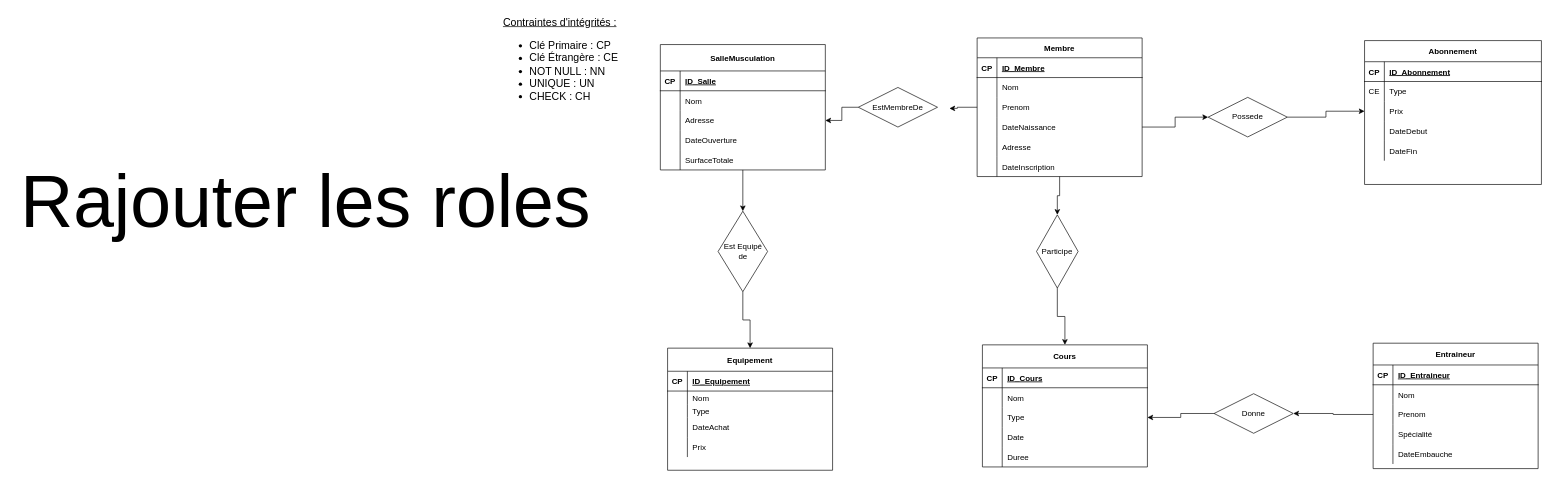
Above: SchémaE/R.drawio in uvsqNathanAmoussou/SalleDeMuscuBDD (draw.io), before the change. Source tidied: cells renumbered, new cells numbered last; positions are measured from the earlier drawing's top-left corner, leaving out a move shared by most shapes. Both pictures are drawn from the tidied source at 66%, with x=0, y=0 at pixel (11, 11).
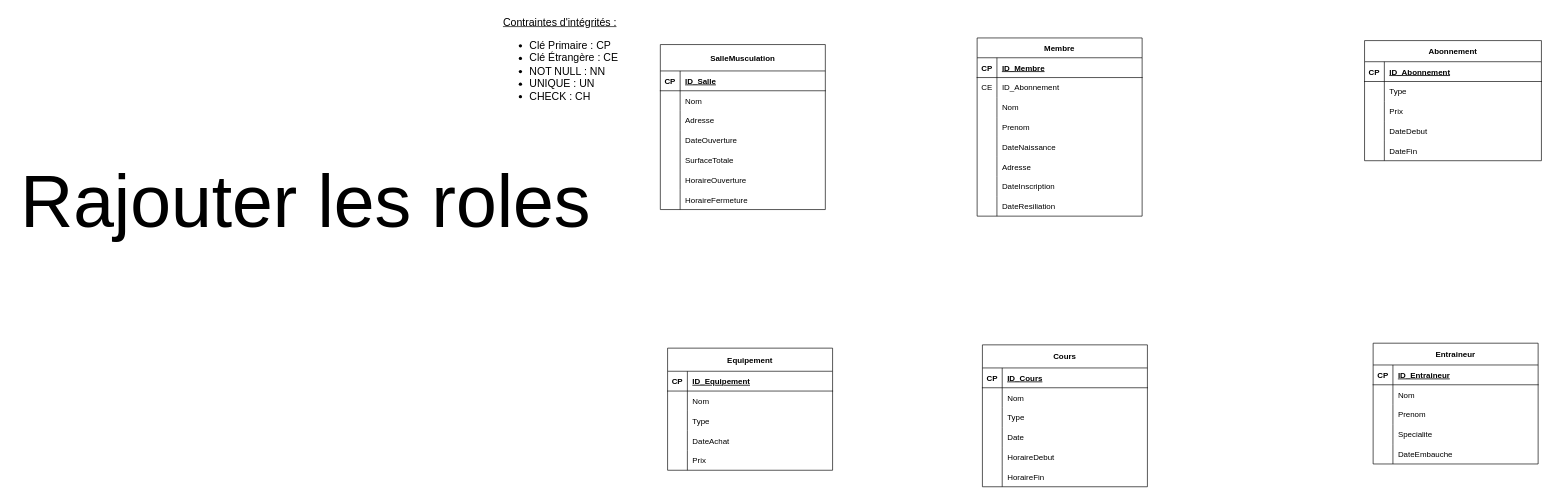
Above is the later version.

Commit message (it also covers changes not shown here):
Mettre à jour R.drawio

The change refers to these unchanged cells:
```xml
<mxCell id="26" style="shape=partialRectangle;fillColor=none;top=0;left=0;right=0;bottom=0;" parent="22" vertex="1">
  <mxGeometry y="62" width="268" height="30" as="geometry" />
</mxCell>
<mxCell id="29" style="shape=partialRectangle;fillColor=none;points=[[0,0.5],[1,0.5]];portConstraint=eastwest;top=0;left=0;right=0;bottom=0;" parent="22" vertex="1">
  <mxGeometry y="92" width="268" height="30" as="geometry" />
</mxCell>
<mxCell id="46" style="shape=partialRectangle;fillColor=none;points=[[0,0.5],[1,0.5]];portConstraint=eastwest;top=0;left=0;right=0;bottom=0;" parent="39" vertex="1">
  <mxGeometry y="100" width="250" height="30" as="geometry" />
</mxCell>
<mxCell id="62" style="shape=partialRectangle;fillColor=none;points=[[0,0.5],[1,0.5]];portConstraint=eastwest;top=0;left=0;right=0;bottom=0;" parent="55" vertex="1">
  <mxGeometry y="95" width="250" height="30" as="geometry" />
</mxCell>
<mxCell id="68" style="shape=partialRectangle;fillColor=none;top=0;left=0;right=0;bottom=0;" parent="55" vertex="1">
  <mxGeometry y="155" width="250" height="30" as="geometry" />
</mxCell>
<mxCell id="71" value="Equipement" style="shape=table;startSize=35;childLayout=tableLayout;rowLines=0;fontStyle=1;align=center;" parent="1" vertex="1">
  <mxGeometry x="994" y="510" width="250" height="185" as="geometry" />
</mxCell>
<mxCell id="94" style="shape=partialRectangle;fillColor=none;points=[[0,0.5],[1,0.5]];portConstraint=eastwest;top=0;left=0;right=0;bottom=0;" parent="87" vertex="1">
  <mxGeometry y="93" width="250" height="30" as="geometry" />
</mxCell>
<mxCell id="97" style="shape=partialRectangle;fillColor=none;top=0;left=0;right=0;bottom=0;" parent="87" vertex="1">
  <mxGeometry y="123" width="250" height="30" as="geometry" />
</mxCell>
```

Diff of the diagram source:
```diff
@@
-    <mxCell id="2" style="edgeStyle=orthogonalEdgeStyle;rounded=0;jettySize=auto;html=1;exitX=0.5;exitY=1;exitDx=0;exitDy=0;entryX=0.5;entryY=0;entryDx=0;entryDy=0;" parent="1" edge="1" source="3" target="114">
-      <mxGeometry relative="1" as="geometry" />
-    </mxCell>
     <mxCell id="3" value="Membre" style="shape=table;startSize=30;childLayout=tableLayout;rowLines=0;fontStyle=1;align=center;" parent="1" vertex="1">
-      <mxGeometry x="1463" y="40" width="250" height="210" as="geometry" />
+      <mxGeometry x="1463" y="40" width="250" height="270" as="geometry" />
     </mxCell>
@@
+    <mxCell id="118" style="shape=partialRectangle;fillColor=none;top=0;left=0;right=0;bottom=0;" parent="3" vertex="1">
+      <mxGeometry y="60" width="250" height="30" as="geometry" />
+    </mxCell>
+    <mxCell id="119" value="CE" style="shape=partialRectangle;overflow=hidden;fillColor=none;top=0;left=0;bottom=0;right=0;" parent="118" vertex="1">
+      <mxGeometry width="30" height="30" as="geometry" />
+    </mxCell>
+    <mxCell id="120" value="ID_Abonnement" style="shape=partialRectangle;overflow=hidden;fillColor=none;top=0;left=0;bottom=0;right=0;align=left;spacingLeft=6;" parent="118" vertex="1">
+      <mxGeometry x="30" width="220" height="30" as="geometry" />
+    </mxCell>
     <mxCell id="7" style="shape=partialRectangle;fillColor=none;top=0;left=0;right=0;bottom=0;" parent="3" vertex="1">
-      <mxGeometry y="60" width="250" height="30" as="geometry" />
+      <mxGeometry y="90" width="250" height="30" as="geometry" />
     </mxCell>
@@
     <mxCell id="10" style="shape=partialRectangle;fillColor=none;points=[[0,0.5],[1,0.5]];portConstraint=eastwest;top=0;left=0;right=0;bottom=0;" parent="3" vertex="1">
-      <mxGeometry y="90" width="250" height="30" as="geometry" />
+      <mxGeometry y="120" width="250" height="30" as="geometry" />
     </mxCell>
@@
     <mxCell id="13" style="shape=partialRectangle;fillColor=none;points=[[0,0.5],[1,0.5]];portConstraint=eastwest;top=0;left=0;right=0;bottom=0;" parent="3" vertex="1">
-      <mxGeometry y="120" width="250" height="30" as="geometry" />
+      <mxGeometry y="150" width="250" height="30" as="geometry" />
     </mxCell>
@@
     <mxCell id="16" style="shape=partialRectangle;fillColor=none;top=0;left=0;right=0;bottom=0;" parent="3" vertex="1">
-      <mxGeometry y="150" width="250" height="30" as="geometry" />
+      <mxGeometry y="180" width="250" height="30" as="geometry" />
     </mxCell>
@@
     <mxCell id="19" style="shape=partialRectangle;fillColor=none;top=0;left=0;right=0;bottom=0;" parent="3" vertex="1">
-      <mxGeometry y="180" width="250" height="30" as="geometry" />
+      <mxGeometry y="210" width="250" height="30" as="geometry" />
     </mxCell>
@@
+    <mxCell id="121" style="shape=partialRectangle;fillColor=none;top=0;left=0;right=0;bottom=0;" parent="3" vertex="1">
+      <mxGeometry y="240" width="250" height="30" as="geometry" />
+    </mxCell>
+    <mxCell id="122" style="shape=partialRectangle;overflow=hidden;fillColor=none;top=0;left=0;bottom=0;right=0;" parent="121" vertex="1">
+      <mxGeometry width="30" height="30" as="geometry" />
+    </mxCell>
+    <mxCell id="123" value="DateResiliation" style="shape=partialRectangle;overflow=hidden;fillColor=none;top=0;left=0;bottom=0;right=0;align=left;spacingLeft=6;" parent="121" vertex="1">
+      <mxGeometry x="30" width="220" height="30" as="geometry" />
+    </mxCell>
     <mxCell id="22" value="Abonnement" style="shape=table;startSize=32;childLayout=tableLayout;rowLines=0;fontStyle=1;align=center;" parent="1" vertex="1">
-      <mxGeometry x="2050" y="44" width="268" height="218" as="geometry" />
+      <mxGeometry x="2050" y="44" width="268" height="182" as="geometry" />
     </mxCell>
@@
-    <mxCell id="27" value="CE" style="shape=partialRectangle;overflow=hidden;fillColor=none;top=0;left=0;bottom=0;right=0;" parent="26" vertex="1">
+    <mxCell id="27" style="shape=partialRectangle;overflow=hidden;fillColor=none;top=0;left=0;bottom=0;right=0;" parent="26" vertex="1">
       <mxGeometry width="30" height="30" as="geometry" />
     </mxCell>
@@
-    <mxCell id="38" style="edgeStyle=orthogonalEdgeStyle;rounded=0;jettySize=auto;html=1;exitX=0.5;exitY=1;exitDx=0;exitDy=0;entryX=0.5;entryY=0;entryDx=0;entryDy=0;" parent="1" edge="1" source="39" target="110">
-      <mxGeometry relative="1" as="geometry" />
-    </mxCell>
     <mxCell id="39" value="SalleMusculation" style="shape=table;startSize=40;childLayout=tableLayout;rowLines=0;fontStyle=1;align=center;" parent="1" vertex="1">
-      <mxGeometry x="983" y="50" width="250" height="190" as="geometry" />
+      <mxGeometry x="983" y="50" width="250" height="250" as="geometry" />
     </mxCell>
@@
+    <mxCell id="124" style="shape=partialRectangle;fillColor=none;top=0;left=0;right=0;bottom=0;" parent="39" vertex="1">
+      <mxGeometry y="190" width="250" height="30" as="geometry" />
+    </mxCell>
+    <mxCell id="125" style="shape=partialRectangle;overflow=hidden;fillColor=none;top=0;left=0;bottom=0;right=0;" parent="124" vertex="1">
+      <mxGeometry width="30" height="30" as="geometry" />
+    </mxCell>
+    <mxCell id="126" value="HoraireOuverture" style="shape=partialRectangle;overflow=hidden;fillColor=none;top=0;left=0;bottom=0;right=0;align=left;spacingLeft=6;" parent="124" vertex="1">
+      <mxGeometry x="30" width="220" height="30" as="geometry" />
+    </mxCell>
+    <mxCell id="127" style="shape=partialRectangle;fillColor=none;top=0;left=0;right=0;bottom=0;" parent="39" vertex="1">
+      <mxGeometry y="220" width="250" height="30" as="geometry" />
+    </mxCell>
+    <mxCell id="128" style="shape=partialRectangle;overflow=hidden;fillColor=none;top=0;left=0;bottom=0;right=0;" parent="127" vertex="1">
+      <mxGeometry width="30" height="30" as="geometry" />
+    </mxCell>
+    <mxCell id="129" value="HoraireFermeture" style="shape=partialRectangle;overflow=hidden;fillColor=none;top=0;left=0;bottom=0;right=0;align=left;spacingLeft=6;" parent="127" vertex="1">
+      <mxGeometry x="30" width="220" height="30" as="geometry" />
+    </mxCell>
     <mxCell id="55" value="Cours" style="shape=table;startSize=35;childLayout=tableLayout;rowLines=0;fontStyle=1;align=center;" parent="1" vertex="1">
-      <mxGeometry x="1471" y="505" width="250" height="185" as="geometry" />
+      <mxGeometry x="1471" y="505" width="250" height="215" as="geometry" />
     </mxCell>
@@
-    <mxCell id="70" value="Duree" style="shape=partialRectangle;overflow=hidden;fillColor=none;top=0;left=0;bottom=0;right=0;align=left;spacingLeft=6;" parent="68" vertex="1">
+    <mxCell id="70" value="HoraireDebut" style="shape=partialRectangle;overflow=hidden;fillColor=none;top=0;left=0;bottom=0;right=0;align=left;spacingLeft=6;" parent="68" vertex="1">
       <mxGeometry x="30" width="220" height="30" as="geometry" />
     </mxCell>
+    <mxCell id="130" style="shape=partialRectangle;fillColor=none;top=0;left=0;right=0;bottom=0;" parent="55" vertex="1">
+      <mxGeometry y="185" width="250" height="30" as="geometry" />
+    </mxCell>
+    <mxCell id="131" style="shape=partialRectangle;overflow=hidden;fillColor=none;top=0;left=0;bottom=0;right=0;" parent="130" vertex="1">
+      <mxGeometry width="30" height="30" as="geometry" />
+    </mxCell>
+    <mxCell id="132" value="HoraireFin" style="shape=partialRectangle;overflow=hidden;fillColor=none;top=0;left=0;bottom=0;right=0;align=left;spacingLeft=6;" parent="130" vertex="1">
+      <mxGeometry x="30" width="220" height="30" as="geometry" />
+    </mxCell>
@@
-    <mxCell id="75" style="shape=partialRectangle;fillColor=none;top=0;left=0;right=0;bottom=0;" parent="71" vertex="1">
-      <mxGeometry y="65" width="250" height="20" as="geometry" />
-    </mxCell>
-    <mxCell id="76" style="shape=partialRectangle;overflow=hidden;fillColor=none;top=0;left=0;bottom=0;right=0;" parent="75" vertex="1">
-      <mxGeometry width="30" height="20" as="geometry" />
-    </mxCell>
-    <mxCell id="77" value="Nom" style="shape=partialRectangle;overflow=hidden;fillColor=none;top=0;left=0;bottom=0;right=0;align=left;spacingLeft=6;" parent="75" vertex="1">
-      <mxGeometry x="30" width="220" height="20" as="geometry" />
-    </mxCell>
-    <mxCell id="78" style="shape=partialRectangle;fillColor=none;top=0;left=0;right=0;bottom=0;" parent="71" vertex="1">
-      <mxGeometry y="85" width="250" height="20" as="geometry" />
-    </mxCell>
-    <mxCell id="79" style="shape=partialRectangle;overflow=hidden;fillColor=none;top=0;left=0;bottom=0;right=0;" parent="78" vertex="1">
-      <mxGeometry width="30" height="20" as="geometry" />
-    </mxCell>
-    <mxCell id="80" value="Type" style="shape=partialRectangle;overflow=hidden;fillColor=none;top=0;left=0;bottom=0;right=0;align=left;spacingLeft=6;" parent="78" vertex="1">
-      <mxGeometry x="30" width="220" height="20" as="geometry" />
-    </mxCell>
     <mxCell id="81" style="shape=partialRectangle;fillColor=none;top=0;left=0;right=0;bottom=0;" parent="71" vertex="1">
-      <mxGeometry y="105" width="250" height="30" as="geometry" />
+      <mxGeometry y="65" width="250" height="30" as="geometry" />
     </mxCell>
@@
-    <mxCell id="83" value="DateAchat" style="shape=partialRectangle;overflow=hidden;fillColor=none;top=0;left=0;bottom=0;right=0;align=left;spacingLeft=6;" parent="81" vertex="1">
+    <mxCell id="83" value="Nom" style="shape=partialRectangle;overflow=hidden;fillColor=none;top=0;left=0;bottom=0;right=0;align=left;spacingLeft=6;" parent="81" vertex="1">
       <mxGeometry x="30" width="220" height="30" as="geometry" />
     </mxCell>
     <mxCell id="84" style="shape=partialRectangle;fillColor=none;top=0;left=0;right=0;bottom=0;" parent="71" vertex="1">
-      <mxGeometry y="135" width="250" height="30" as="geometry" />
+      <mxGeometry y="95" width="250" height="30" as="geometry" />
     </mxCell>
@@
-    <mxCell id="86" value="Prix" style="shape=partialRectangle;overflow=hidden;fillColor=none;top=0;left=0;bottom=0;right=0;align=left;spacingLeft=6;" parent="84" vertex="1">
+    <mxCell id="86" value="Type" style="shape=partialRectangle;overflow=hidden;fillColor=none;top=0;left=0;bottom=0;right=0;align=left;spacingLeft=6;" parent="84" vertex="1">
       <mxGeometry x="30" width="220" height="30" as="geometry" />
     </mxCell>
+    <mxCell id="133" style="shape=partialRectangle;fillColor=none;top=0;left=0;right=0;bottom=0;" parent="71" vertex="1">
+      <mxGeometry y="125" width="250" height="30" as="geometry" />
+    </mxCell>
+    <mxCell id="134" style="shape=partialRectangle;overflow=hidden;fillColor=none;top=0;left=0;bottom=0;right=0;" parent="133" vertex="1">
+      <mxGeometry width="30" height="30" as="geometry" />
+    </mxCell>
+    <mxCell id="135" value="DateAchat" style="shape=partialRectangle;overflow=hidden;fillColor=none;top=0;left=0;bottom=0;right=0;align=left;spacingLeft=6;" parent="133" vertex="1">
+      <mxGeometry x="30" width="220" height="30" as="geometry" />
+    </mxCell>
+    <mxCell id="136" style="shape=partialRectangle;fillColor=none;top=0;left=0;right=0;bottom=0;" parent="71" vertex="1">
+      <mxGeometry y="155" width="250" height="30" as="geometry" />
+    </mxCell>
+    <mxCell id="137" style="shape=partialRectangle;overflow=hidden;fillColor=none;top=0;left=0;bottom=0;right=0;" parent="136" vertex="1">
+      <mxGeometry width="30" height="30" as="geometry" />
+    </mxCell>
+    <mxCell id="138" value="Prix" style="shape=partialRectangle;overflow=hidden;fillColor=none;top=0;left=0;bottom=0;right=0;align=left;spacingLeft=6;" parent="136" vertex="1">
+      <mxGeometry x="30" width="220" height="30" as="geometry" />
+    </mxCell>
     <mxCell id="87" value="Entraineur" style="shape=table;startSize=33;childLayout=tableLayout;rowLines=0;fontStyle=1;align=center;" parent="1" vertex="1">
-      <mxGeometry x="2063" y="502.5" width="250" height="190" as="geometry" />
+      <mxGeometry x="2063" y="502.5" width="250" height="183" as="geometry" />
     </mxCell>
@@
-    <mxCell id="99" value="Spécialité" style="shape=partialRectangle;overflow=hidden;fillColor=none;top=0;left=0;bottom=0;right=0;align=left;spacingLeft=6;" parent="97" vertex="1">
+    <mxCell id="99" value="Specialite" style="shape=partialRectangle;overflow=hidden;fillColor=none;top=0;left=0;bottom=0;right=0;align=left;spacingLeft=6;" parent="97" vertex="1">
       <mxGeometry x="30" width="220" height="30" as="geometry" />
     </mxCell>
@@
-    <mxCell id="103" style="edgeStyle=orthogonalEdgeStyle;rounded=0;jettySize=auto;html=1;exitX=0;exitY=0.5;exitDx=0;exitDy=0;entryX=1;entryY=0.5;entryDx=0;entryDy=0;" parent="1" edge="1" source="104" target="46">
-      <mxGeometry relative="1" as="geometry" />
-    </mxCell>
-    <mxCell id="104" value="EstMembreDe" style="shape=rhombus;perimeter=rhombusPerimeter;whiteSpace=wrap;html=1;align=center;" parent="1" vertex="1">
-      <mxGeometry x="1283" y="115" width="120" height="60" as="geometry" />
-    </mxCell>
-    <mxCell id="105" style="edgeStyle=orthogonalEdgeStyle;rounded=0;jettySize=auto;html=1;exitX=1;exitY=0.5;exitDx=0;exitDy=0;entryX=0;entryY=0.5;entryDx=0;entryDy=0;" parent="1" edge="1" source="106" target="29">
-      <mxGeometry relative="1" as="geometry" />
-    </mxCell>
-    <mxCell id="106" value="Possede" style="shape=rhombus;perimeter=rhombusPerimeter;whiteSpace=wrap;html=1;align=center;" parent="1" vertex="1">
-      <mxGeometry x="1813" y="130" width="120" height="60" as="geometry" />
-    </mxCell>
@@
-    <mxCell id="109" style="edgeStyle=orthogonalEdgeStyle;rounded=0;jettySize=auto;html=1;exitX=0.5;exitY=1;exitDx=0;exitDy=0;" parent="1" edge="1" source="110" target="71">
-      <mxGeometry relative="1" as="geometry" />
-    </mxCell>
-    <mxCell id="110" value="Est Equipé de" style="shape=rhombus;perimeter=rhombusPerimeter;whiteSpace=wrap;html=1;align=center;" parent="1" vertex="1">
-      <mxGeometry x="1070.5" y="302.5" width="75" height="122" as="geometry" />
-    </mxCell>
-    <mxCell id="111" style="edgeStyle=orthogonalEdgeStyle;rounded=0;jettySize=auto;html=1;exitX=0;exitY=0.5;exitDx=0;exitDy=0;entryX=1;entryY=0.5;entryDx=0;entryDy=0;" parent="1" edge="1" source="112" target="62">
-      <mxGeometry relative="1" as="geometry" />
-    </mxCell>
-    <mxCell id="112" value="Donne" style="shape=rhombus;perimeter=rhombusPerimeter;whiteSpace=wrap;html=1;align=center;" parent="1" vertex="1">
-      <mxGeometry x="1822" y="579" width="120" height="60" as="geometry" />
-    </mxCell>
-    <mxCell id="113" style="edgeStyle=orthogonalEdgeStyle;rounded=0;jettySize=auto;html=1;exitX=0.5;exitY=1;exitDx=0;exitDy=0;entryX=0.5;entryY=0;entryDx=0;entryDy=0;" parent="1" edge="1" source="114" target="55">
-      <mxGeometry relative="1" as="geometry" />
-    </mxCell>
-    <mxCell id="114" value="Participe" style="shape=rhombus;perimeter=rhombusPerimeter;whiteSpace=wrap;html=1;align=center;" parent="1" vertex="1">
-      <mxGeometry x="1553" y="308" width="63" height="111" as="geometry" />
-    </mxCell>
-    <mxCell id="115" style="edgeStyle=orthogonalEdgeStyle;rounded=0;jettySize=auto;html=1;exitX=0;exitY=0.5;exitDx=0;exitDy=0;entryX=1;entryY=0.5;entryDx=0;entryDy=0;" parent="1" edge="1" source="94" target="112">
-      <mxGeometry relative="1" as="geometry" />
-    </mxCell>
-    <mxCell id="116" style="edgeStyle=orthogonalEdgeStyle;rounded=0;jettySize=auto;html=1;exitX=0;exitY=0.5;exitDx=0;exitDy=0;entryX=1.15;entryY=0.529;entryDx=0;entryDy=0;entryPerimeter=0;" parent="1" edge="1" source="10" target="104">
-      <mxGeometry relative="1" as="geometry" />
-    </mxCell>
-    <mxCell id="117" style="edgeStyle=orthogonalEdgeStyle;rounded=0;jettySize=auto;html=1;exitX=1;exitY=0.5;exitDx=0;exitDy=0;entryX=0;entryY=0.5;entryDx=0;entryDy=0;" parent="1" edge="1" source="13" target="106">
-      <mxGeometry relative="1" as="geometry" />
-    </mxCell>
```
